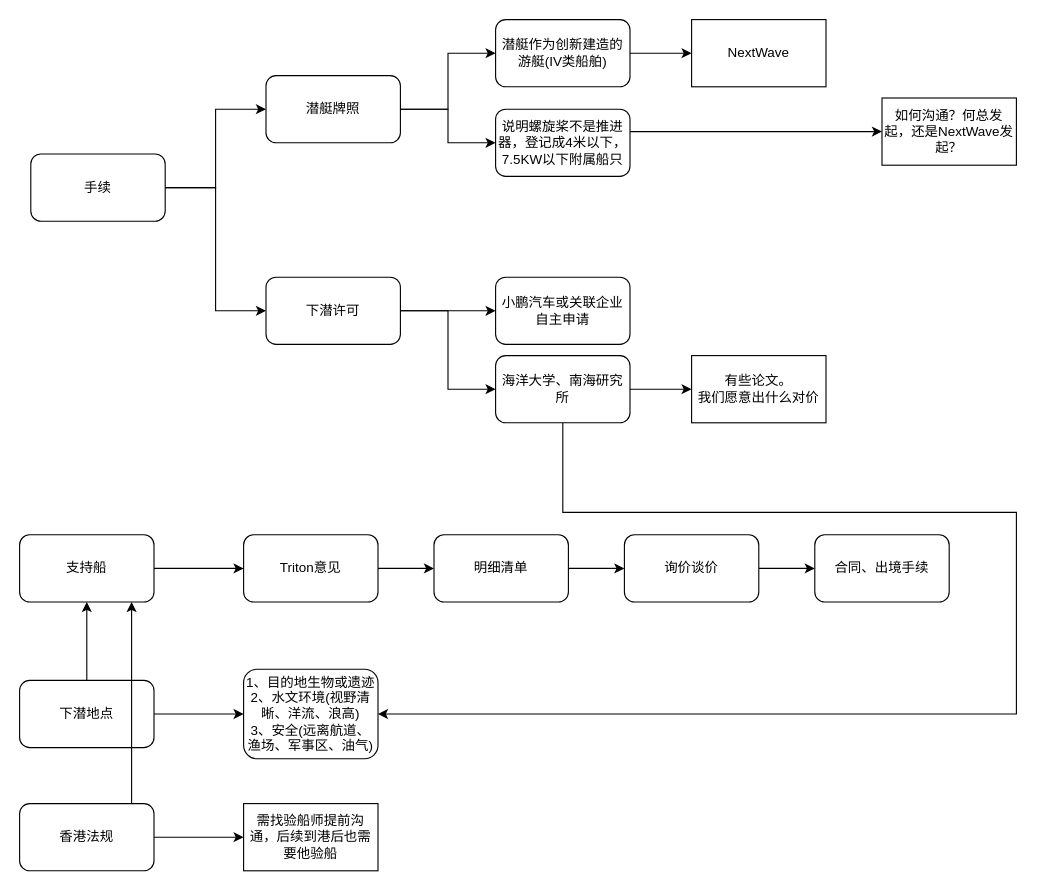
Above: Sub2.drawio in hyperxz/drew2 (draw.io), before the change. Source tidied: cells renumbered, new cells numbered last; positions are measured from the earlier drawing's top-left corner, leaving out a move shared by most shapes. Both pictures are drawn from the tidied source at 112%, with x=0, y=0 at pixel (19, 19).
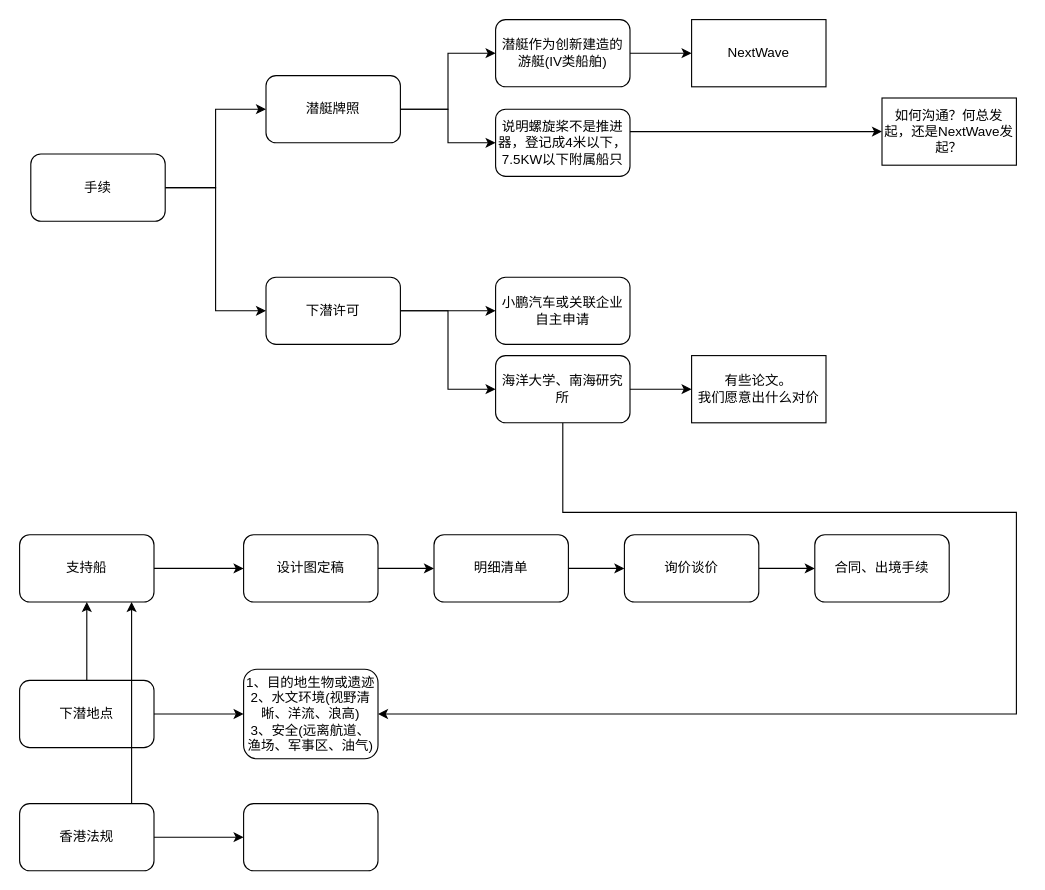
The same diagram, later.

Unchanged cells that the change refers to:
```xml
<mxCell id="37" value="香港法规" style="rounded=1;whiteSpace=wrap;html=1;" parent="1" vertex="1">
  <mxGeometry y="700" width="120" height="60" as="geometry" />
</mxCell>
```

The edit, as a diff of the source:
```diff
@@
-    <mxCell id="22" value="Triton意见" style="rounded=1;whiteSpace=wrap;html=1;" parent="1" vertex="1">
+    <mxCell id="22" value="设计图定稿" style="rounded=1;whiteSpace=wrap;html=1;" parent="1" vertex="1">
       <mxGeometry x="200" y="460" width="120" height="60" as="geometry" />
     </mxCell>
@@
-    <mxCell id="36" style="edgeStyle=orthogonalEdgeStyle;rounded=0;jettySize=auto;html=1;exitX=1;exitY=0.5;exitDx=0;exitDy=0;" parent="1" edge="1" source="37" target="38">
-      <mxGeometry relative="1" as="geometry" />
+    <mxCell id="36" style="edgeStyle=orthogonalEdgeStyle;rounded=0;jettySize=auto;html=1;exitX=1;exitY=0.5;exitDx=0;exitDy=0;" parent="1" edge="1" source="37">
+      <mxGeometry relative="1" as="geometry">
+        <mxPoint x="200" y="730" as="targetPoint" />
+      </mxGeometry>
     </mxCell>
@@
-    <mxCell id="38" value="需找验船师提前沟通，后续到港后也需要他验船" style="rounded=0;whiteSpace=wrap;html=1;" parent="1" vertex="1">
-      <mxGeometry x="200" y="700" width="120" height="60" as="geometry" />
-    </mxCell>
+    <mxCell id="39" style="rounded=1;whiteSpace=wrap;html=1;" parent="1" vertex="1">
+      <mxGeometry x="200" y="700" width="120" height="60" as="geometry" />
+    </mxCell>
```
